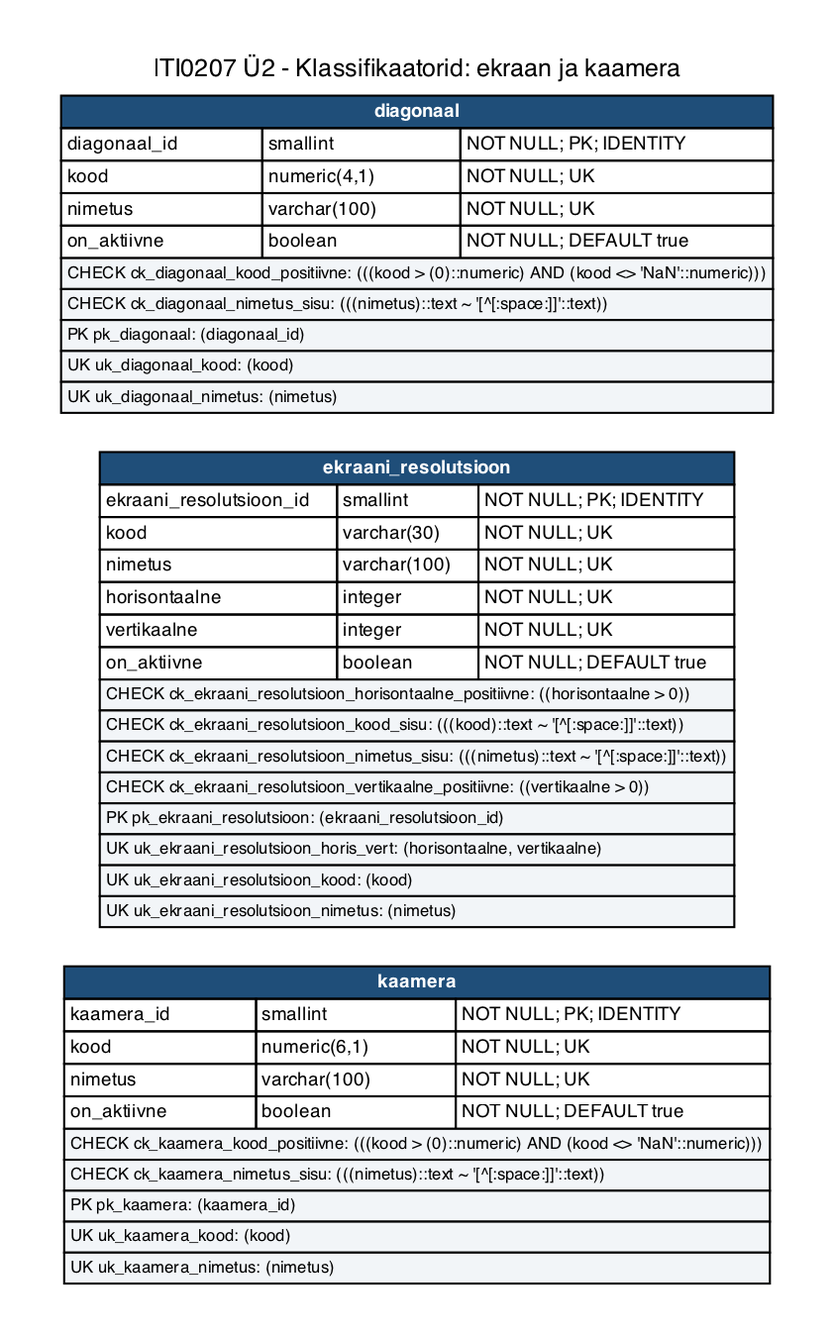
This is iti0207-epood/docs/diagrams/u2-01c-klassifikaatorid-ekraan.png from tamkivi/andmebaasid-projekt, a Graphviz export, as it was before one commit. Its source is kept beside it as iti0207-epood/docs/diagrams/u2-01c-klassifikaatorid-ekraan.dot.
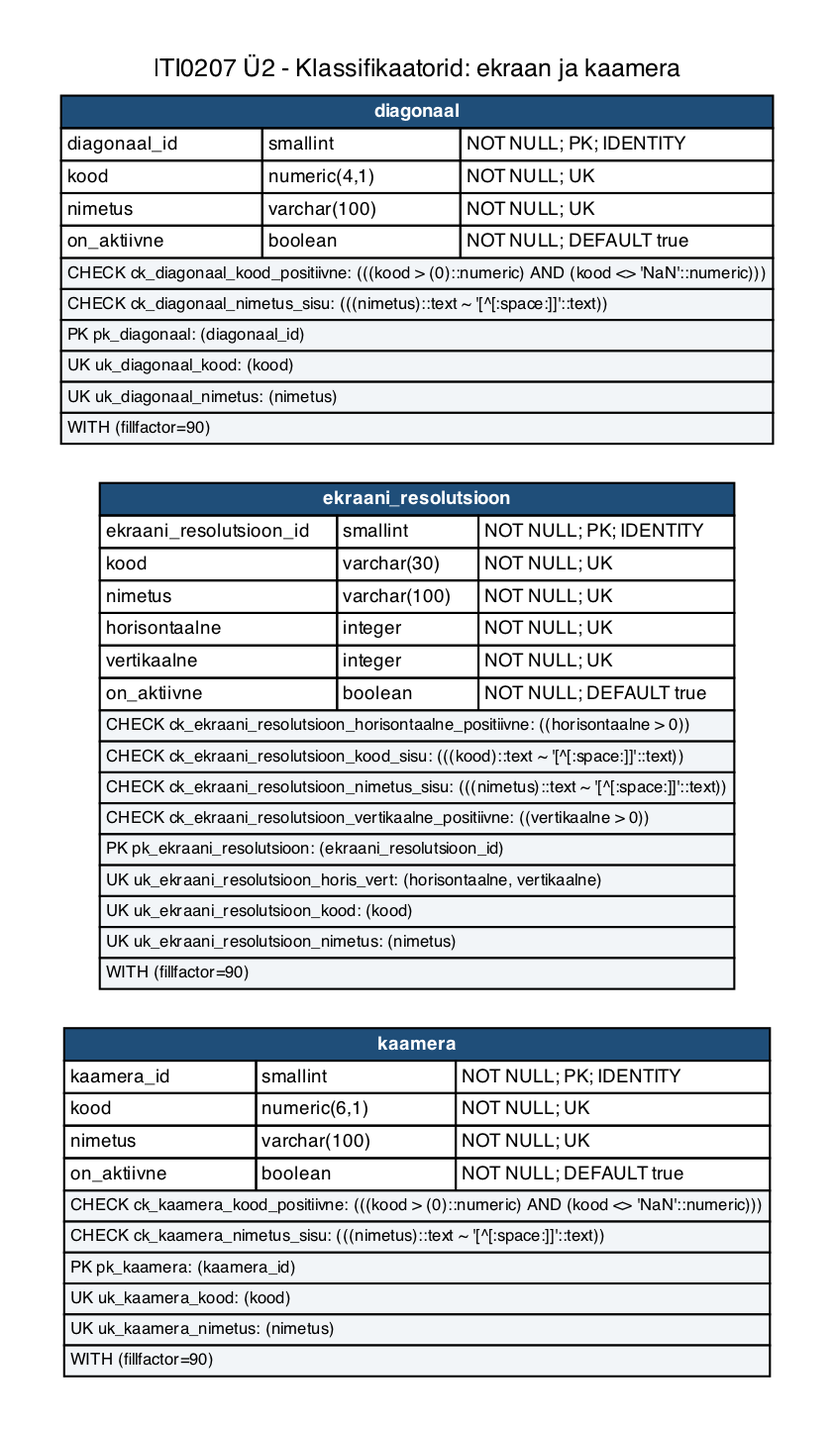
The same file after the commit.

Change to the diagram source:
```diff
@@ -5,9 +5,9 @@
   edge [color="#667788", dir=none, fontsize=8, fontname=Helvetica];
   labelloc="t";
   label="ITI0207 Ü2 - Klassifikaatorid: ekraan ja kaamera";
-  "diagonaal" [label=<<TABLE BORDER="0" CELLBORDER="1" CELLSPACING="0" CELLPADDING="2"><TR><TD COLSPAN="3" BGCOLOR="#1f4e79"><FONT COLOR="white"><B>diagonaal</B></FONT></TD></TR><TR><TD ALIGN="LEFT">diagonaal_id</TD><TD ALIGN="LEFT">smallint</TD><TD ALIGN="LEFT">NOT NULL; PK; IDENTITY</TD></TR><TR><TD ALIGN="LEFT">kood</TD><TD ALIGN="LEFT">numeric(4,1)</TD><TD ALIGN="LEFT">NOT NULL; UK</TD></TR><TR><TD ALIGN="LEFT">nimetus</TD><TD ALIGN="LEFT">varchar(100)</TD><TD ALIGN="LEFT">NOT NULL; UK</TD></TR><TR><TD ALIGN="LEFT">on_aktiivne</TD><TD ALIGN="LEFT">boolean</TD><TD ALIGN="LEFT">NOT NULL; DEFAULT true</TD></TR><TR><TD COLSPAN="3" ALIGN="LEFT" BGCOLOR="#f2f5f8"><FONT POINT-SIZE="8">CHECK ck_diagonaal_kood_positiivne: (((kood &gt; (0)::numeric) AND (kood &lt;&gt; &#x27;NaN&#x27;::numeric)))</FONT></TD></TR><TR><TD COLSPAN="3" ALIGN="LEFT" BGCOLOR="#f2f5f8"><FONT POINT-SIZE="8">CHECK ck_diagonaal_nimetus_sisu: (((nimetus)::text ~ &#x27;[^[:space:]]&#x27;::text))</FONT></TD></TR><TR><TD COLSPAN="3" ALIGN="LEFT" BGCOLOR="#f2f5f8"><FONT POINT-SIZE="8">PK pk_diagonaal: (diagonaal_id)</FONT></TD></TR><TR><TD COLSPAN="3" ALIGN="LEFT" BGCOLOR="#f2f5f8"><FONT POINT-SIZE="8">UK uk_diagonaal_kood: (kood)</FONT></TD></TR><TR><TD COLSPAN="3" ALIGN="LEFT" BGCOLOR="#f2f5f8"><FONT POINT-SIZE="8">UK uk_diagonaal_nimetus: (nimetus)</FONT></TD></TR></TABLE>>];
-  "ekraani_resolutsioon" [label=<<TABLE BORDER="0" CELLBORDER="1" CELLSPACING="0" CELLPADDING="2"><TR><TD COLSPAN="3" BGCOLOR="#1f4e79"><FONT COLOR="white"><B>ekraani_resolutsioon</B></FONT></TD></TR><TR><TD ALIGN="LEFT">ekraani_resolutsioon_id</TD><TD ALIGN="LEFT">smallint</TD><TD ALIGN="LEFT">NOT NULL; PK; IDENTITY</TD></TR><TR><TD ALIGN="LEFT">kood</TD><TD ALIGN="LEFT">varchar(30)</TD><TD ALIGN="LEFT">NOT NULL; UK</TD></TR><TR><TD ALIGN="LEFT">nimetus</TD><TD ALIGN="LEFT">varchar(100)</TD><TD ALIGN="LEFT">NOT NULL; UK</TD></TR><TR><TD ALIGN="LEFT">horisontaalne</TD><TD ALIGN="LEFT">integer</TD><TD ALIGN="LEFT">NOT NULL; UK</TD></TR><TR><TD ALIGN="LEFT">vertikaalne</TD><TD ALIGN="LEFT">integer</TD><TD ALIGN="LEFT">NOT NULL; UK</TD></TR><TR><TD ALIGN="LEFT">on_aktiivne</TD><TD ALIGN="LEFT">boolean</TD><TD ALIGN="LEFT">NOT NULL; DEFAULT true</TD></TR><TR><TD COLSPAN="3" ALIGN="LEFT" BGCOLOR="#f2f5f8"><FONT POINT-SIZE="8">CHECK ck_ekraani_resolutsioon_horisontaalne_positiivne: ((horisontaalne &gt; 0))</FONT></TD></TR><TR><TD COLSPAN="3" ALIGN="LEFT" BGCOLOR="#f2f5f8"><FONT POINT-SIZE="8">CHECK ck_ekraani_resolutsioon_kood_sisu: (((kood)::text ~ &#x27;[^[:space:]]&#x27;::text))</FONT></TD></TR><TR><TD COLSPAN="3" ALIGN="LEFT" BGCOLOR="#f2f5f8"><FONT POINT-SIZE="8">CHECK ck_ekraani_resolutsioon_nimetus_sisu: (((nimetus)::text ~ &#x27;[^[:space:]]&#x27;::text))</FONT></TD></TR><TR><TD COLSPAN="3" ALIGN="LEFT" BGCOLOR="#f2f5f8"><FONT POINT-SIZE="8">CHECK ck_ekraani_resolutsioon_vertikaalne_positiivne: ((vertikaalne &gt; 0))</FONT></TD></TR><TR><TD COLSPAN="3" ALIGN="LEFT" BGCOLOR="#f2f5f8"><FONT POINT-SIZE="8">PK pk_ekraani_resolutsioon: (ekraani_resolutsioon_id)</FONT></TD></TR><TR><TD COLSPAN="3" ALIGN="LEFT" BGCOLOR="#f2f5f8"><FONT POINT-SIZE="8">UK uk_ekraani_resolutsioon_horis_vert: (horisontaalne, vertikaalne)</FONT></TD></TR><TR><TD COLSPAN="3" ALIGN="LEFT" BGCOLOR="#f2f5f8"><FONT POINT-SIZE="8">UK uk_ekraani_resolutsioon_kood: (kood)</FONT></TD></TR><TR><TD COLSPAN="3" ALIGN="LEFT" BGCOLOR="#f2f5f8"><FONT POINT-SIZE="8">UK uk_ekraani_resolutsioon_nimetus: (nimetus)</FONT></TD></TR></TABLE>>];
-  "kaamera" [label=<<TABLE BORDER="0" CELLBORDER="1" CELLSPACING="0" CELLPADDING="2"><TR><TD COLSPAN="3" BGCOLOR="#1f4e79"><FONT COLOR="white"><B>kaamera</B></FONT></TD></TR><TR><TD ALIGN="LEFT">kaamera_id</TD><TD ALIGN="LEFT">smallint</TD><TD ALIGN="LEFT">NOT NULL; PK; IDENTITY</TD></TR><TR><TD ALIGN="LEFT">kood</TD><TD ALIGN="LEFT">numeric(6,1)</TD><TD ALIGN="LEFT">NOT NULL; UK</TD></TR><TR><TD ALIGN="LEFT">nimetus</TD><TD ALIGN="LEFT">varchar(100)</TD><TD ALIGN="LEFT">NOT NULL; UK</TD></TR><TR><TD ALIGN="LEFT">on_aktiivne</TD><TD ALIGN="LEFT">boolean</TD><TD ALIGN="LEFT">NOT NULL; DEFAULT true</TD></TR><TR><TD COLSPAN="3" ALIGN="LEFT" BGCOLOR="#f2f5f8"><FONT POINT-SIZE="8">CHECK ck_kaamera_kood_positiivne: (((kood &gt; (0)::numeric) AND (kood &lt;&gt; &#x27;NaN&#x27;::numeric)))</FONT></TD></TR><TR><TD COLSPAN="3" ALIGN="LEFT" BGCOLOR="#f2f5f8"><FONT POINT-SIZE="8">CHECK ck_kaamera_nimetus_sisu: (((nimetus)::text ~ &#x27;[^[:space:]]&#x27;::text))</FONT></TD></TR><TR><TD COLSPAN="3" ALIGN="LEFT" BGCOLOR="#f2f5f8"><FONT POINT-SIZE="8">PK pk_kaamera: (kaamera_id)</FONT></TD></TR><TR><TD COLSPAN="3" ALIGN="LEFT" BGCOLOR="#f2f5f8"><FONT POINT-SIZE="8">UK uk_kaamera_kood: (kood)</FONT></TD></TR><TR><TD COLSPAN="3" ALIGN="LEFT" BGCOLOR="#f2f5f8"><FONT POINT-SIZE="8">UK uk_kaamera_nimetus: (nimetus)</FONT></TD></TR></TABLE>>];
+  "diagonaal" [label=<<TABLE BORDER="0" CELLBORDER="1" CELLSPACING="0" CELLPADDING="2"><TR><TD COLSPAN="3" BGCOLOR="#1f4e79"><FONT COLOR="white"><B>diagonaal</B></FONT></TD></TR><TR><TD ALIGN="LEFT">diagonaal_id</TD><TD ALIGN="LEFT">smallint</TD><TD ALIGN="LEFT">NOT NULL; PK; IDENTITY</TD></TR><TR><TD ALIGN="LEFT">kood</TD><TD ALIGN="LEFT">numeric(4,1)</TD><TD ALIGN="LEFT">NOT NULL; UK</TD></TR><TR><TD ALIGN="LEFT">nimetus</TD><TD ALIGN="LEFT">varchar(100)</TD><TD ALIGN="LEFT">NOT NULL; UK</TD></TR><TR><TD ALIGN="LEFT">on_aktiivne</TD><TD ALIGN="LEFT">boolean</TD><TD ALIGN="LEFT">NOT NULL; DEFAULT true</TD></TR><TR><TD COLSPAN="3" ALIGN="LEFT" BGCOLOR="#f2f5f8"><FONT POINT-SIZE="8">CHECK ck_diagonaal_kood_positiivne: (((kood &gt; (0)::numeric) AND (kood &lt;&gt; &#x27;NaN&#x27;::numeric)))</FONT></TD></TR><TR><TD COLSPAN="3" ALIGN="LEFT" BGCOLOR="#f2f5f8"><FONT POINT-SIZE="8">CHECK ck_diagonaal_nimetus_sisu: (((nimetus)::text ~ &#x27;[^[:space:]]&#x27;::text))</FONT></TD></TR><TR><TD COLSPAN="3" ALIGN="LEFT" BGCOLOR="#f2f5f8"><FONT POINT-SIZE="8">PK pk_diagonaal: (diagonaal_id)</FONT></TD></TR><TR><TD COLSPAN="3" ALIGN="LEFT" BGCOLOR="#f2f5f8"><FONT POINT-SIZE="8">UK uk_diagonaal_kood: (kood)</FONT></TD></TR><TR><TD COLSPAN="3" ALIGN="LEFT" BGCOLOR="#f2f5f8"><FONT POINT-SIZE="8">UK uk_diagonaal_nimetus: (nimetus)</FONT></TD></TR><TR><TD COLSPAN="3" ALIGN="LEFT" BGCOLOR="#f2f5f8"><FONT POINT-SIZE="8">WITH (fillfactor=90)</FONT></TD></TR></TABLE>>];
+  "ekraani_resolutsioon" [label=<<TABLE BORDER="0" CELLBORDER="1" CELLSPACING="0" CELLPADDING="2"><TR><TD COLSPAN="3" BGCOLOR="#1f4e79"><FONT COLOR="white"><B>ekraani_resolutsioon</B></FONT></TD></TR><TR><TD ALIGN="LEFT">ekraani_resolutsioon_id</TD><TD ALIGN="LEFT">smallint</TD><TD ALIGN="LEFT">NOT NULL; PK; IDENTITY</TD></TR><TR><TD ALIGN="LEFT">kood</TD><TD ALIGN="LEFT">varchar(30)</TD><TD ALIGN="LEFT">NOT NULL; UK</TD></TR><TR><TD ALIGN="LEFT">nimetus</TD><TD ALIGN="LEFT">varchar(100)</TD><TD ALIGN="LEFT">NOT NULL; UK</TD></TR><TR><TD ALIGN="LEFT">horisontaalne</TD><TD ALIGN="LEFT">integer</TD><TD ALIGN="LEFT">NOT NULL; UK</TD></TR><TR><TD ALIGN="LEFT">vertikaalne</TD><TD ALIGN="LEFT">integer</TD><TD ALIGN="LEFT">NOT NULL; UK</TD></TR><TR><TD ALIGN="LEFT">on_aktiivne</TD><TD ALIGN="LEFT">boolean</TD><TD ALIGN="LEFT">NOT NULL; DEFAULT true</TD></TR><TR><TD COLSPAN="3" ALIGN="LEFT" BGCOLOR="#f2f5f8"><FONT POINT-SIZE="8">CHECK ck_ekraani_resolutsioon_horisontaalne_positiivne: ((horisontaalne &gt; 0))</FONT></TD></TR><TR><TD COLSPAN="3" ALIGN="LEFT" BGCOLOR="#f2f5f8"><FONT POINT-SIZE="8">CHECK ck_ekraani_resolutsioon_kood_sisu: (((kood)::text ~ &#x27;[^[:space:]]&#x27;::text))</FONT></TD></TR><TR><TD COLSPAN="3" ALIGN="LEFT" BGCOLOR="#f2f5f8"><FONT POINT-SIZE="8">CHECK ck_ekraani_resolutsioon_nimetus_sisu: (((nimetus)::text ~ &#x27;[^[:space:]]&#x27;::text))</FONT></TD></TR><TR><TD COLSPAN="3" ALIGN="LEFT" BGCOLOR="#f2f5f8"><FONT POINT-SIZE="8">CHECK ck_ekraani_resolutsioon_vertikaalne_positiivne: ((vertikaalne &gt; 0))</FONT></TD></TR><TR><TD COLSPAN="3" ALIGN="LEFT" BGCOLOR="#f2f5f8"><FONT POINT-SIZE="8">PK pk_ekraani_resolutsioon: (ekraani_resolutsioon_id)</FONT></TD></TR><TR><TD COLSPAN="3" ALIGN="LEFT" BGCOLOR="#f2f5f8"><FONT POINT-SIZE="8">UK uk_ekraani_resolutsioon_horis_vert: (horisontaalne, vertikaalne)</FONT></TD></TR><TR><TD COLSPAN="3" ALIGN="LEFT" BGCOLOR="#f2f5f8"><FONT POINT-SIZE="8">UK uk_ekraani_resolutsioon_kood: (kood)</FONT></TD></TR><TR><TD COLSPAN="3" ALIGN="LEFT" BGCOLOR="#f2f5f8"><FONT POINT-SIZE="8">UK uk_ekraani_resolutsioon_nimetus: (nimetus)</FONT></TD></TR><TR><TD COLSPAN="3" ALIGN="LEFT" BGCOLOR="#f2f5f8"><FONT POINT-SIZE="8">WITH (fillfactor=90)</FONT></TD></TR></TABLE>>];
+  "kaamera" [label=<<TABLE BORDER="0" CELLBORDER="1" CELLSPACING="0" CELLPADDING="2"><TR><TD COLSPAN="3" BGCOLOR="#1f4e79"><FONT COLOR="white"><B>kaamera</B></FONT></TD></TR><TR><TD ALIGN="LEFT">kaamera_id</TD><TD ALIGN="LEFT">smallint</TD><TD ALIGN="LEFT">NOT NULL; PK; IDENTITY</TD></TR><TR><TD ALIGN="LEFT">kood</TD><TD ALIGN="LEFT">numeric(6,1)</TD><TD ALIGN="LEFT">NOT NULL; UK</TD></TR><TR><TD ALIGN="LEFT">nimetus</TD><TD ALIGN="LEFT">varchar(100)</TD><TD ALIGN="LEFT">NOT NULL; UK</TD></TR><TR><TD ALIGN="LEFT">on_aktiivne</TD><TD ALIGN="LEFT">boolean</TD><TD ALIGN="LEFT">NOT NULL; DEFAULT true</TD></TR><TR><TD COLSPAN="3" ALIGN="LEFT" BGCOLOR="#f2f5f8"><FONT POINT-SIZE="8">CHECK ck_kaamera_kood_positiivne: (((kood &gt; (0)::numeric) AND (kood &lt;&gt; &#x27;NaN&#x27;::numeric)))</FONT></TD></TR><TR><TD COLSPAN="3" ALIGN="LEFT" BGCOLOR="#f2f5f8"><FONT POINT-SIZE="8">CHECK ck_kaamera_nimetus_sisu: (((nimetus)::text ~ &#x27;[^[:space:]]&#x27;::text))</FONT></TD></TR><TR><TD COLSPAN="3" ALIGN="LEFT" BGCOLOR="#f2f5f8"><FONT POINT-SIZE="8">PK pk_kaamera: (kaamera_id)</FONT></TD></TR><TR><TD COLSPAN="3" ALIGN="LEFT" BGCOLOR="#f2f5f8"><FONT POINT-SIZE="8">UK uk_kaamera_kood: (kood)</FONT></TD></TR><TR><TD COLSPAN="3" ALIGN="LEFT" BGCOLOR="#f2f5f8"><FONT POINT-SIZE="8">UK uk_kaamera_nimetus: (nimetus)</FONT></TD></TR><TR><TD COLSPAN="3" ALIGN="LEFT" BGCOLOR="#f2f5f8"><FONT POINT-SIZE="8">WITH (fillfactor=90)</FONT></TD></TR></TABLE>>];
   "diagonaal" -> "ekraani_resolutsioon" [style=invis, weight=100];
   "ekraani_resolutsioon" -> "kaamera" [style=invis, weight=100];
 }
```
